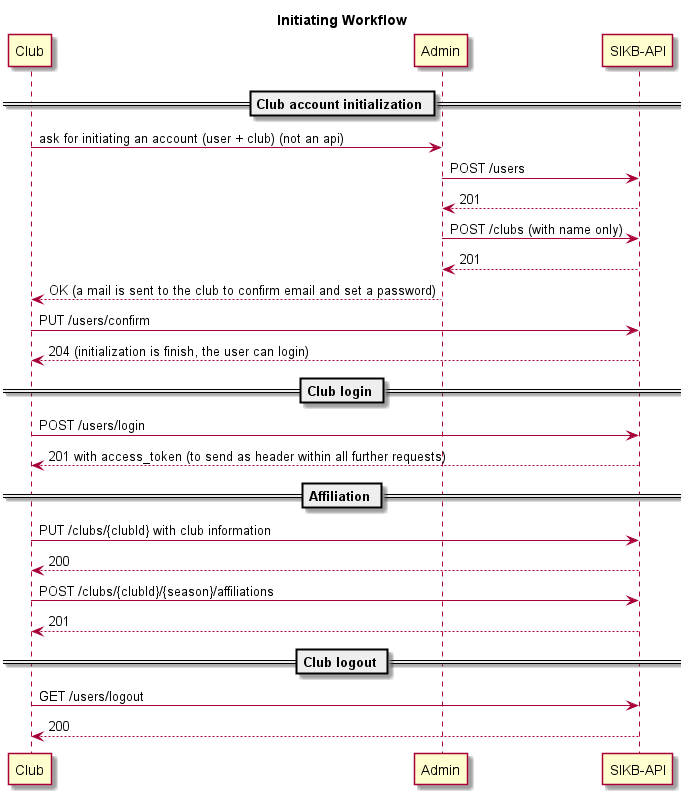
Above: doc/schema/workflow.png in alexeil/sikb-api (PlantUML), before the change.
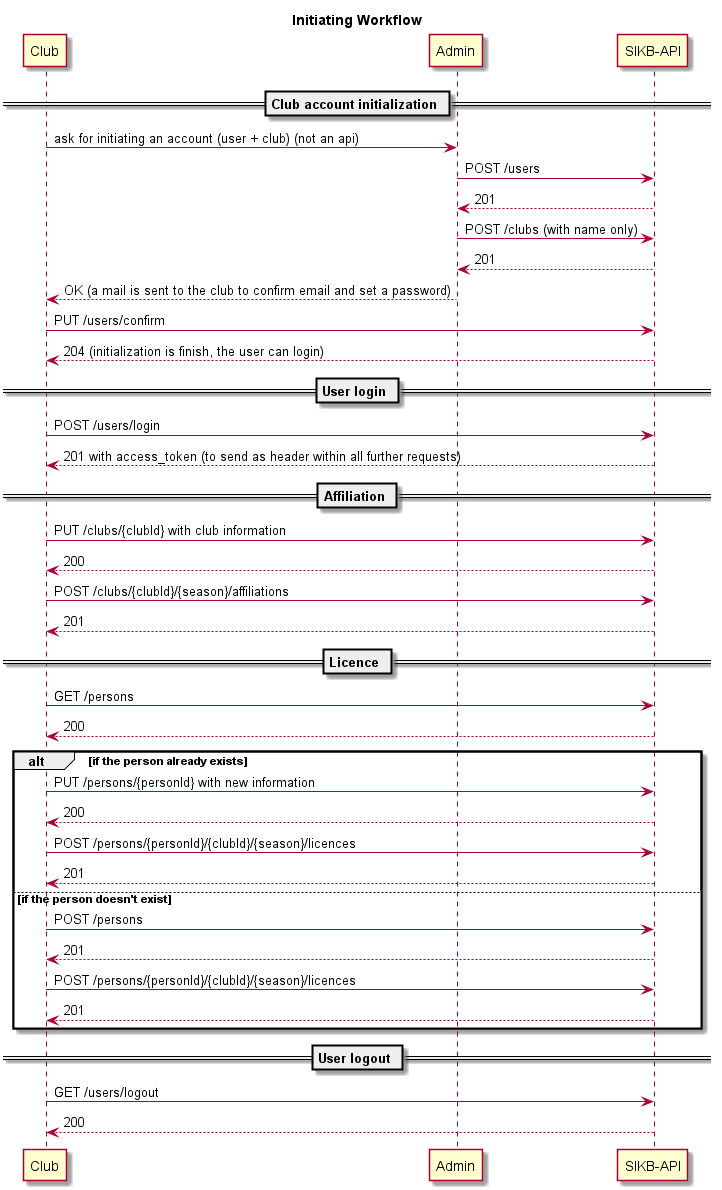
After the commit.

Commit message:
Update schema for Licences

Change to the diagram source:
```diff
@@ -15,7 +15,7 @@
 club -> api : PUT /users/confirm
 club <-- api : 204 (initialization is finish, the user can login)
 
-== Club login ==
+== User login ==
 club -> api : POST /users/login
 club <-- api : 201 with access_token (to send as header within all further requests)
 
@@ -25,7 +25,24 @@
 club -> api : POST /clubs/{clubId}/{season}/affiliations
 club <-- api : 201
 
-== Club logout ==
+== Licence ==
+club -> api : GET /persons
+club <-- api : 200
+
+alt if the person already exists
+  club -> api : PUT /persons/{personId} with new information
+  club <-- api : 200
+  club -> api : POST /persons/{personId}/{clubId}/{season}/licences
+  club <-- api : 201
+
+else if the person doesn't exist
+  club -> api : POST /persons
+  club <-- api : 201
+  club -> api : POST /persons/{personId}/{clubId}/{season}/licences
+  club <-- api : 201
+end
+
+== User logout ==
 club -> api : GET /users/logout
 club <-- api : 200
 
```
